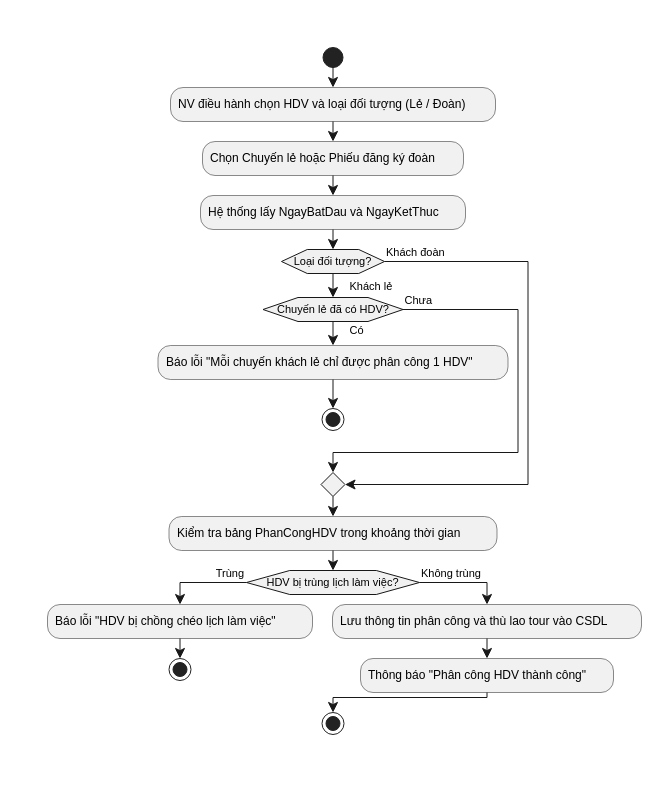
This is page "Activity_PhanCongHDV" (3 of 6) of LAB5/LAB5.drawio from BaoHuz/LAB_AT_OOSD, a draw.io file, before an edit. Source tidied: cells renumbered, new cells numbered last; positions are measured from the earlier drawing's top-left corner, leaving out a move shared by most shapes. Both pictures are drawn from the tidied source at 100%, with x=0, y=0 at pixel (17, 17).
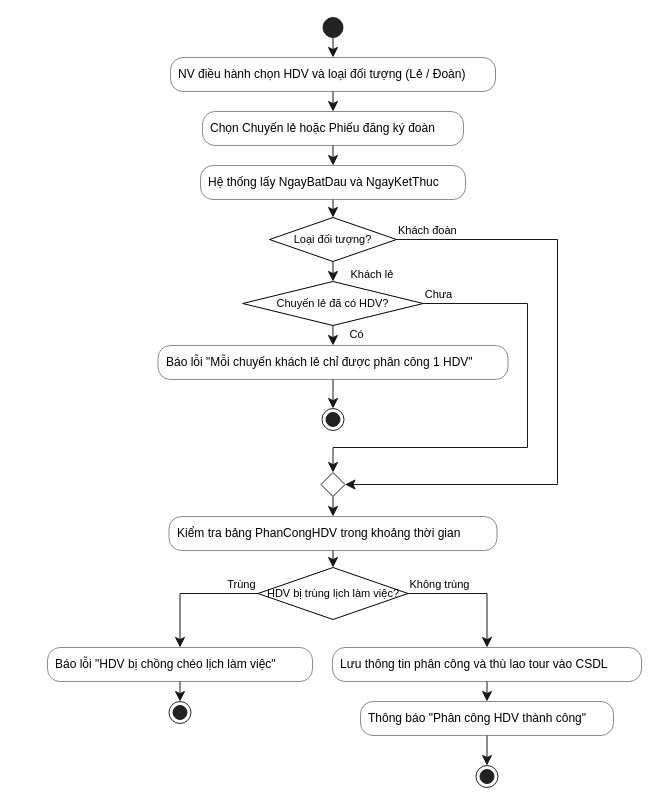
The same page after the edit.

The change refers to these unchanged cells:
```xml
<mxCell id="2" style="group;transparentBounds=1;editIcon=1;lockedGroup=0;groupPadding=10;" parent="1" vertex="1">
  <mxGeometry as="geometry" />
</mxCell>
```

What changed in the source:
```diff
@@
     <mxCell id="3" style="ellipse;fillColor=#222222;strokeColor=#222222;" parent="2" vertex="1">
-      <mxGeometry x="305.5" y="30" width="20" height="20" as="geometry" />
+      <mxGeometry x="305.5" width="20" height="20" as="geometry" />
     </mxCell>
-    <mxCell id="4" value="NV điều hành chọn HDV và loại đối tượng (Lẻ / Đoàn)" style="rounded=1;absoluteArcSize=1;arcSize=25;fillColor=#F1F1F1;strokeColor=#181818;strokeWidth=0.5;whiteSpace=wrap;fontSize=12;align=left;spacingLeft=6;" parent="2" vertex="1">
-      <mxGeometry x="153" y="70" width="325" height="34" as="geometry" />
+    <mxCell id="4" value="NV điều hành chọn HDV và loại đối tượng (Lẻ / Đoàn)" style="rounded=1;absoluteArcSize=1;arcSize=25;fillColor=none;strokeColor=#181818;strokeWidth=0.5;whiteSpace=wrap;fontSize=12;align=left;spacingLeft=6;" parent="2" vertex="1">
+      <mxGeometry x="153" y="40" width="325" height="34" as="geometry" />
     </mxCell>
@@
-    <mxCell id="6" value="Chọn Chuyến lẻ hoặc Phiếu đăng ký đoàn" style="rounded=1;absoluteArcSize=1;arcSize=25;fillColor=#F1F1F1;strokeColor=#181818;strokeWidth=0.5;whiteSpace=wrap;fontSize=12;align=left;spacingLeft=6;" parent="2" vertex="1">
-      <mxGeometry x="185" y="124" width="261" height="34" as="geometry" />
+    <mxCell id="6" value="Chọn Chuyến lẻ hoặc Phiếu đăng ký đoàn" style="rounded=1;absoluteArcSize=1;arcSize=25;fillColor=none;strokeColor=#181818;strokeWidth=0.5;whiteSpace=wrap;fontSize=12;align=left;spacingLeft=6;" parent="2" vertex="1">
+      <mxGeometry x="185" y="94" width="261" height="34" as="geometry" />
     </mxCell>
@@
-    <mxCell id="8" value="Hệ thống lấy NgayBatDau và NgayKetThuc" style="rounded=1;absoluteArcSize=1;arcSize=25;fillColor=#F1F1F1;strokeColor=#181818;strokeWidth=0.5;whiteSpace=wrap;fontSize=12;align=left;spacingLeft=6;" parent="2" vertex="1">
-      <mxGeometry x="183" y="178" width="265" height="34" as="geometry" />
+    <mxCell id="8" value="Hệ thống lấy NgayBatDau và NgayKetThuc" style="rounded=1;absoluteArcSize=1;arcSize=25;fillColor=none;strokeColor=#181818;strokeWidth=0.5;whiteSpace=wrap;fontSize=12;align=left;spacingLeft=6;" parent="2" vertex="1">
+      <mxGeometry x="183" y="148" width="265" height="34" as="geometry" />
     </mxCell>
@@
-    <mxCell id="10" value="Loại đối tượng?" style="shape=hexagon;perimeter=hexagonPerimeter2;fillColor=#F1F1F1;strokeColor=#181818;whiteSpace=wrap;fontSize=11;" parent="2" vertex="1">
-      <mxGeometry x="264" y="232" width="103" height="24" as="geometry" />
-    </mxCell>
@@
     <mxCell id="12" value="Khách lẻ" style="endArrow=classic;endSize=8;strokeColor=#181818;fontSize=11;labelPosition=right;align=left;verticalAlign=top;exitX=0.5;exitY=1;exitDx=0;exitDy=0;entryX=0.5;entryY=0;entryDx=0;entryDy=0;curved=0;rounded=0;sourcePerimeterSpacing=0;targetPerimeterSpacing=0;" parent="2" edge="1" source="10" target="13">
-      <mxGeometry x="-1" y="15" relative="1" as="geometry" />
+      <mxGeometry x="-0.98" y="16" relative="1" as="geometry" />
     </mxCell>
-    <mxCell id="13" value="Chuyến lẻ đã có HDV?" style="shape=hexagon;perimeter=hexagonPerimeter2;fillColor=#F1F1F1;strokeColor=#181818;whiteSpace=wrap;fontSize=11;" parent="2" vertex="1">
-      <mxGeometry x="245.5" y="280" width="140" height="24" as="geometry" />
-    </mxCell>
@@
-    <mxCell id="15" value="Báo lỗi &quot;Mỗi chuyến khách lẻ chỉ được phân công 1 HDV&quot;" style="rounded=1;absoluteArcSize=1;arcSize=25;fillColor=#F1F1F1;strokeColor=#181818;strokeWidth=0.5;whiteSpace=wrap;fontSize=12;align=left;spacingLeft=6;" parent="2" vertex="1">
+    <mxCell id="15" value="Báo lỗi &quot;Mỗi chuyến khách lẻ chỉ được phân công 1 HDV&quot;" style="rounded=1;absoluteArcSize=1;arcSize=25;fillColor=none;strokeColor=#181818;strokeWidth=0.5;whiteSpace=wrap;fontSize=12;align=left;spacingLeft=6;" parent="2" vertex="1">
       <mxGeometry x="140.5" y="328" width="350" height="34" as="geometry" />
     </mxCell>
@@
-    <mxCell id="18" value="Chưa" style="endArrow=classic;endSize=8;strokeColor=#181818;fontSize=11;verticalAlign=bottom;labelPosition=right;align=left;exitX=1;exitY=0.5;exitDx=0;exitDy=0;entryX=0.5;entryY=0;entryDx=0;entryDy=0;curved=0;rounded=0;sourcePerimeterSpacing=0;targetPerimeterSpacing=0;" parent="2" edge="1" source="13" target="20">
+    <mxCell id="18" value="Chưa" style="endArrow=classic;endSize=8;strokeColor=#181818;fontSize=11;verticalAlign=bottom;labelPosition=right;align=left;exitX=1;exitY=0.5;exitDx=0;exitDy=0;entryX=0.5;entryY=0;entryDx=0;entryDy=0;rounded=0;sourcePerimeterSpacing=0;targetPerimeterSpacing=0;edgeStyle=orthogonalEdgeStyle;" parent="2" edge="1" source="13" target="20">
       <mxGeometry x="-1" relative="1" as="geometry">
         <Array as="points">
-          <mxPoint x="500.5" y="292" />
-          <mxPoint x="500.5" y="435" />
-          <mxPoint x="315.5" y="435" />
+          <mxPoint x="510" y="286" />
+          <mxPoint x="510" y="430" />
+          <mxPoint x="315.5" y="430" />
         </Array>
       </mxGeometry>
     </mxCell>
-    <mxCell id="19" value="Khách đoàn" style="endArrow=classic;endSize=8;strokeColor=#181818;fontSize=11;verticalAlign=bottom;labelPosition=right;align=left;exitX=1;exitY=0.5;exitDx=0;exitDy=0;entryX=1;entryY=0.5;entryDx=0;entryDy=0;curved=0;rounded=0;sourcePerimeterSpacing=0;targetPerimeterSpacing=0;" parent="2" edge="1" source="10" target="20">
+    <mxCell id="19" value="Khách đoàn" style="endArrow=classic;endSize=8;strokeColor=#181818;fontSize=11;verticalAlign=bottom;labelPosition=right;align=left;exitX=1;exitY=0.5;exitDx=0;exitDy=0;entryX=1;entryY=0.5;entryDx=0;entryDy=0;rounded=0;sourcePerimeterSpacing=0;targetPerimeterSpacing=0;edgeStyle=orthogonalEdgeStyle;" parent="2" edge="1" source="10" target="20">
       <mxGeometry x="-1" relative="1" as="geometry">
         <Array as="points">
-          <mxPoint x="510.5" y="244" />
-          <mxPoint x="510.5" y="467" />
+          <mxPoint x="540" y="222" />
+          <mxPoint x="540" y="467" />
         </Array>
       </mxGeometry>
     </mxCell>
-    <mxCell id="20" style="rhombus;fillColor=#F1F1F1;strokeColor=#181818;" parent="2" vertex="1">
+    <mxCell id="20" style="rhombus;fillColor=none;strokeColor=#181818;" parent="2" vertex="1">
       <mxGeometry x="303.5" y="455" width="24" height="24" as="geometry" />
     </mxCell>
-    <mxCell id="21" value="Kiểm tra bảng PhanCongHDV trong khoảng thời gian" style="rounded=1;absoluteArcSize=1;arcSize=25;fillColor=#F1F1F1;strokeColor=#181818;strokeWidth=0.5;whiteSpace=wrap;fontSize=12;align=left;spacingLeft=6;" parent="2" vertex="1">
+    <mxCell id="21" value="Kiểm tra bảng PhanCongHDV trong khoảng thời gian" style="rounded=1;absoluteArcSize=1;arcSize=25;fillColor=none;strokeColor=#181818;strokeWidth=0.5;whiteSpace=wrap;fontSize=12;align=left;spacingLeft=6;" parent="2" vertex="1">
       <mxGeometry x="151.5" y="499" width="328" height="34" as="geometry" />
     </mxCell>
@@
-    <mxCell id="23" value="HDV bị trùng lịch làm việc?" style="shape=hexagon;perimeter=hexagonPerimeter2;fillColor=#F1F1F1;strokeColor=#181818;whiteSpace=wrap;fontSize=11;" parent="2" vertex="1">
-      <mxGeometry x="229" y="553" width="173" height="24" as="geometry" />
-    </mxCell>
@@
-    <mxCell id="25" value="Trùng" style="endArrow=classic;endSize=8;strokeColor=#181818;fontSize=11;verticalAlign=bottom;labelPosition=left;align=right;exitX=0;exitY=0.5;exitDx=0;exitDy=0;curved=0;rounded=0;sourcePerimeterSpacing=0;targetPerimeterSpacing=0;" parent="2" edge="1" source="23" target="26">
-      <mxGeometry x="-1" relative="1" as="geometry">
-        <Array as="points">
-          <mxPoint x="162.5" y="565" />
-        </Array>
-      </mxGeometry>
+    <mxCell id="25" value="Trùng" style="endArrow=classic;endSize=8;strokeColor=#181818;fontSize=11;verticalAlign=bottom;labelPosition=left;align=right;exitX=0;exitY=0.5;exitDx=0;exitDy=0;rounded=0;sourcePerimeterSpacing=0;targetPerimeterSpacing=0;edgeStyle=orthogonalEdgeStyle;" parent="2" edge="1" source="23" target="26">
+      <mxGeometry x="-1" relative="1" as="geometry" />
     </mxCell>
-    <mxCell id="26" value="Báo lỗi &quot;HDV bị chồng chéo lịch làm việc&quot;" style="rounded=1;absoluteArcSize=1;arcSize=25;fillColor=#F1F1F1;strokeColor=#181818;strokeWidth=0.5;whiteSpace=wrap;fontSize=12;align=left;spacingLeft=6;" parent="2" vertex="1">
-      <mxGeometry x="30" y="587" width="265" height="34" as="geometry" />
+    <mxCell id="26" value="Báo lỗi &quot;HDV bị chồng chéo lịch làm việc&quot;" style="rounded=1;absoluteArcSize=1;arcSize=25;fillColor=none;strokeColor=#181818;strokeWidth=0.5;whiteSpace=wrap;fontSize=12;align=left;spacingLeft=6;" parent="2" vertex="1">
+      <mxGeometry x="30" y="630" width="265" height="34" as="geometry" />
     </mxCell>
     <mxCell id="27" style="ellipse;shape=endState;fillColor=#222222;strokeColor=#222222;" parent="2" vertex="1">
-      <mxGeometry x="151.5" y="641" width="22" height="22" as="geometry" />
+      <mxGeometry x="151.5" y="684" width="22" height="22" as="geometry" />
     </mxCell>
@@
-    <mxCell id="29" value="Không trùng" style="endArrow=classic;endSize=8;strokeColor=#181818;fontSize=11;verticalAlign=bottom;labelPosition=right;align=left;exitX=1;exitY=0.5;exitDx=0;exitDy=0;curved=0;rounded=0;sourcePerimeterSpacing=0;targetPerimeterSpacing=0;" parent="2" edge="1" source="23" target="30">
-      <mxGeometry x="-1" relative="1" as="geometry">
-        <Array as="points">
-          <mxPoint x="469.5" y="565" />
-        </Array>
-      </mxGeometry>
+    <mxCell id="29" value="Không trùng" style="endArrow=classic;endSize=8;strokeColor=#181818;fontSize=11;verticalAlign=bottom;labelPosition=right;align=left;exitX=1;exitY=0.5;exitDx=0;exitDy=0;rounded=0;sourcePerimeterSpacing=0;targetPerimeterSpacing=0;entryX=0.5;entryY=0;entryDx=0;entryDy=0;edgeStyle=orthogonalEdgeStyle;" parent="2" edge="1" source="23" target="30">
+      <mxGeometry x="-1" relative="1" as="geometry" />
     </mxCell>
-    <mxCell id="30" value="Lưu thông tin phân công và thù lao tour vào CSDL" style="rounded=1;absoluteArcSize=1;arcSize=25;fillColor=#F1F1F1;strokeColor=#181818;strokeWidth=0.5;whiteSpace=wrap;fontSize=12;align=left;spacingLeft=6;" parent="2" vertex="1">
-      <mxGeometry x="315" y="587" width="309" height="34" as="geometry" />
+    <mxCell id="30" value="Lưu thông tin phân công và thù lao tour vào CSDL" style="rounded=1;absoluteArcSize=1;arcSize=25;fillColor=none;strokeColor=#181818;strokeWidth=0.5;whiteSpace=wrap;fontSize=12;align=left;spacingLeft=6;" parent="2" vertex="1">
+      <mxGeometry x="315" y="630" width="309" height="34" as="geometry" />
     </mxCell>
-    <mxCell id="31" value="Thông báo &quot;Phân công HDV thành công&quot;" style="rounded=1;absoluteArcSize=1;arcSize=25;fillColor=#F1F1F1;strokeColor=#181818;strokeWidth=0.5;whiteSpace=wrap;fontSize=12;align=left;spacingLeft=6;" parent="2" vertex="1">
-      <mxGeometry x="343" y="641" width="253" height="34" as="geometry" />
+    <mxCell id="31" value="Thông báo &quot;Phân công HDV thành công&quot;" style="rounded=1;absoluteArcSize=1;arcSize=25;fillColor=none;strokeColor=#181818;strokeWidth=0.5;whiteSpace=wrap;fontSize=12;align=left;spacingLeft=6;" parent="2" vertex="1">
+      <mxGeometry x="343" y="684" width="253" height="34" as="geometry" />
     </mxCell>
@@
     <mxCell id="33" style="ellipse;shape=endState;fillColor=#222222;strokeColor=#222222;" parent="2" vertex="1">
-      <mxGeometry x="304.5" y="695" width="22" height="22" as="geometry" />
+      <mxGeometry x="458.5" y="748" width="22" height="22" as="geometry" />
     </mxCell>
     <mxCell id="34" style="endArrow=classic;endSize=8;strokeColor=#181818;curved=0;rounded=0;fontSize=11;sourcePerimeterSpacing=0;targetPerimeterSpacing=0;" parent="2" edge="1" source="31" target="33">
-      <mxGeometry relative="1" as="geometry">
-        <Array as="points">
-          <mxPoint x="469.5" y="680" />
-          <mxPoint x="315.5" y="680" />
-        </Array>
-      </mxGeometry>
+      <mxGeometry relative="1" as="geometry" />
     </mxCell>
+    <mxCell id="10" value="&lt;span style=&quot;font-size: 11px;&quot;&gt;Loại đối tượng?&lt;/span&gt;" style="rhombus;whiteSpace=wrap;html=1;shapeInside=1;" parent="2" vertex="1">
+      <mxGeometry x="252" y="200" width="127" height="44" as="geometry" />
+    </mxCell>
+    <mxCell id="13" value="&lt;span style=&quot;font-size: 11px;&quot;&gt;Chuyến lẻ đã có HDV?&lt;/span&gt;" style="rhombus;whiteSpace=wrap;html=1;shapeInside=1;" parent="2" vertex="1">
+      <mxGeometry x="225.2" y="264" width="180.5" height="44" as="geometry" />
+    </mxCell>
+    <mxCell id="23" value="&lt;span style=&quot;font-size: 11px;&quot;&gt;HDV bị trùng lịch làm việc?&lt;/span&gt;" style="rhombus;whiteSpace=wrap;html=1;shapeInside=1;" parent="2" vertex="1">
+      <mxGeometry x="240.5" y="550" width="150" height="52" as="geometry" />
+    </mxCell>
```
